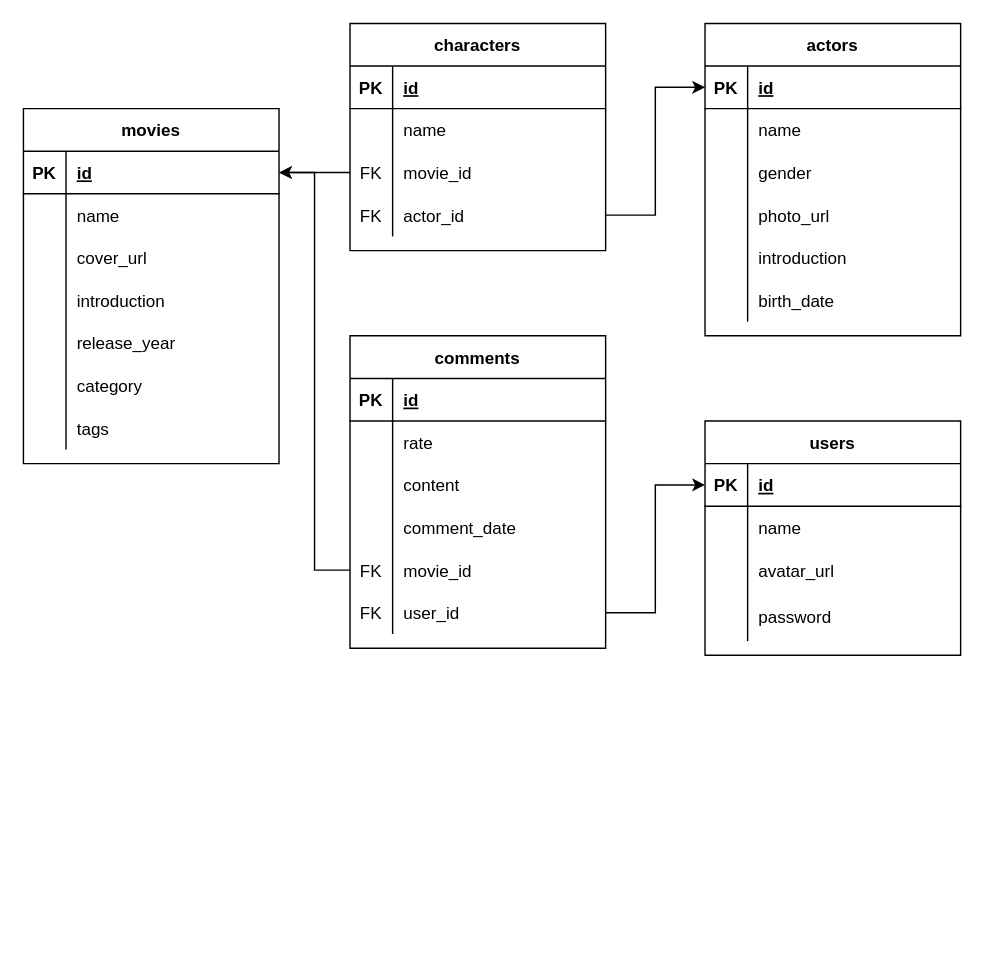
Earlier version of the draw.io diagram graphs/er.drawio (SE-starshippilot/rotten-potatoes-formal). Source tidied: cells renumbered, new cells numbered last; positions are measured from the earlier drawing's top-left corner, leaving out a move shared by most shapes. Both pictures are drawn from the tidied source at 142%, with x=0, y=0 at pixel (23, 23).
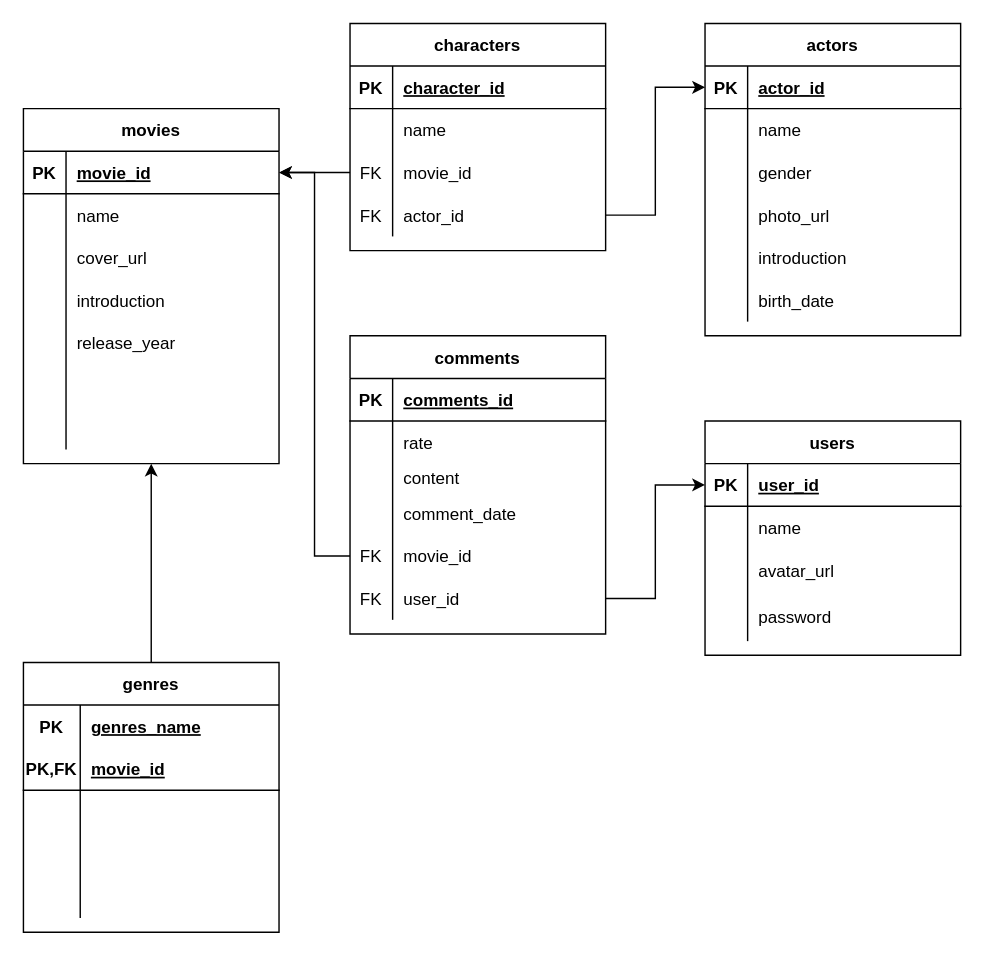
Above is the later version.

Unchanged cells that the change refers to:
```xml
<mxCell id="3" style="shape=partialRectangle;fillColor=none;top=0;left=0;bottom=1;right=0;points=[[0,0.5],[1,0.5]];portConstraint=eastwest;" parent="2" vertex="1">
  <mxGeometry y="30" width="180" height="30" as="geometry" />
</mxCell>
<mxCell id="24" style="shape=partialRectangle;fillColor=none;top=0;left=0;bottom=1;right=0;" parent="23" vertex="1">
  <mxGeometry y="30" width="180" height="30" as="geometry" />
</mxCell>
<mxCell id="39" style="shape=partialRectangle;fillColor=none;top=0;left=0;bottom=1;right=0;points=[[0,0.5],[1,0.5]];portConstraint=eastwest;" parent="38" vertex="1">
  <mxGeometry y="30" width="180" height="30" as="geometry" />
</mxCell>
<mxCell id="52" style="shape=partialRectangle;fillColor=none;top=0;left=0;bottom=1;right=0;" parent="51" vertex="1">
  <mxGeometry y="30" width="180" height="30" as="geometry" />
</mxCell>
<mxCell id="70" value="movies" style="shape=table;startSize=30;childLayout=tableLayout;rowLines=0;fontStyle=1;align=center;" parent="1" vertex="1">
  <mxGeometry y="60" width="180" height="250" as="geometry" />
</mxCell>
<mxCell id="71" style="shape=partialRectangle;fillColor=none;top=0;left=0;bottom=1;right=0;points=[[0,0.5],[1,0.5]];portConstraint=eastwest;" parent="70" vertex="1">
  <mxGeometry y="30" width="180" height="30" as="geometry" />
</mxCell>
<mxCell id="86" style="shape=partialRectangle;fillColor=none;top=0;left=0;bottom=0;right=0;" parent="70" vertex="1">
  <mxGeometry y="180" width="180" height="30" as="geometry" />
</mxCell>
<mxCell id="89" style="shape=partialRectangle;fillColor=none;top=0;left=0;bottom=0;right=0;" parent="70" vertex="1">
  <mxGeometry y="210" width="180" height="30" as="geometry" />
</mxCell>
```

What changed in the source:
```diff
@@
-    <mxCell id="5" value="id" style="shape=partialRectangle;fillColor=none;top=0;left=0;bottom=0;right=0;align=left;spacingLeft=6;fontStyle=5;overflow=hidden;" parent="3" vertex="1">
+    <mxCell id="5" value="actor_id" style="shape=partialRectangle;fillColor=none;top=0;left=0;bottom=0;right=0;align=left;spacingLeft=6;fontStyle=5;overflow=hidden;" parent="3" vertex="1">
       <mxGeometry x="30" width="150" height="30" as="geometry" />
     </mxCell>
@@
-    <mxCell id="26" value="id" style="shape=partialRectangle;fillColor=none;top=0;left=0;bottom=0;right=0;align=left;spacingLeft=6;fontStyle=5;overflow=hidden;" parent="24" vertex="1">
+    <mxCell id="26" value="character_id" style="shape=partialRectangle;fillColor=none;top=0;left=0;bottom=0;right=0;align=left;spacingLeft=6;fontStyle=5;overflow=hidden;" parent="24" vertex="1">
       <mxGeometry x="30" width="150" height="30" as="geometry" />
     </mxCell>
@@
-    <mxCell id="41" value="id" style="shape=partialRectangle;fillColor=none;top=0;left=0;bottom=0;right=0;align=left;spacingLeft=6;fontStyle=5;overflow=hidden;" parent="39" vertex="1">
+    <mxCell id="41" value="user_id" style="shape=partialRectangle;fillColor=none;top=0;left=0;bottom=0;right=0;align=left;spacingLeft=6;fontStyle=5;overflow=hidden;" parent="39" vertex="1">
       <mxGeometry x="30" width="150" height="30" as="geometry" />
     </mxCell>
@@
     <mxCell id="51" value="comments" style="shape=table;startSize=30;childLayout=tableLayout;rowLines=0;fontStyle=1;align=center;" parent="1" vertex="1">
-      <mxGeometry x="230" y="220" width="180" height="220" as="geometry" />
+      <mxGeometry x="230" y="220" width="180" height="210" as="geometry" />
     </mxCell>
@@
-    <mxCell id="54" value="id" style="shape=partialRectangle;fillColor=none;top=0;left=0;bottom=0;right=0;align=left;spacingLeft=6;fontStyle=5;overflow=hidden;" parent="52" vertex="1">
+    <mxCell id="54" value="comments_id" style="shape=partialRectangle;fillColor=none;top=0;left=0;bottom=0;right=0;align=left;spacingLeft=6;fontStyle=5;overflow=hidden;" parent="52" vertex="1">
       <mxGeometry x="30" width="150" height="30" as="geometry" />
     </mxCell>
@@
     <mxCell id="58" style="shape=partialRectangle;fillColor=none;top=0;left=0;bottom=0;right=0;" parent="51" vertex="1">
-      <mxGeometry y="90" width="180" height="30" as="geometry" />
+      <mxGeometry y="90" width="180" height="20" as="geometry" />
     </mxCell>
     <mxCell id="59" style="shape=partialRectangle;fillColor=none;top=0;left=0;bottom=0;right=0;overflow=hidden;" parent="58" vertex="1">
-      <mxGeometry width="30" height="30" as="geometry" />
+      <mxGeometry width="30" height="20" as="geometry" />
     </mxCell>
     <mxCell id="60" value="content" style="shape=partialRectangle;fillColor=none;top=0;left=0;bottom=0;right=0;align=left;spacingLeft=6;overflow=hidden;" parent="58" vertex="1">
-      <mxGeometry x="30" width="150" height="30" as="geometry" />
+      <mxGeometry x="30" width="150" height="20" as="geometry" />
     </mxCell>
     <mxCell id="61" style="shape=partialRectangle;fillColor=none;top=0;left=0;bottom=0;right=0;" parent="51" vertex="1">
-      <mxGeometry y="120" width="180" height="30" as="geometry" />
+      <mxGeometry y="110" width="180" height="30" as="geometry" />
     </mxCell>
@@
     <mxCell id="64" style="shape=partialRectangle;fillColor=none;top=0;left=0;bottom=0;right=0;points=[[0,0.5],[1,0.5]];portConstraint=eastwest;" parent="51" vertex="1">
-      <mxGeometry y="150" width="180" height="30" as="geometry" />
+      <mxGeometry y="140" width="180" height="30" as="geometry" />
     </mxCell>
@@
     <mxCell id="67" style="shape=partialRectangle;fillColor=none;top=0;left=0;bottom=0;right=0;points=[[0,0.5],[1,0.5]];portConstraint=eastwest;" parent="51" vertex="1">
-      <mxGeometry y="180" width="180" height="30" as="geometry" />
+      <mxGeometry y="170" width="180" height="30" as="geometry" />
     </mxCell>
@@
-    <mxCell id="73" value="id" style="shape=partialRectangle;fillColor=none;top=0;left=0;bottom=0;right=0;align=left;spacingLeft=6;fontStyle=5;overflow=hidden;" parent="71" vertex="1">
+    <mxCell id="73" value="movie_id" style="shape=partialRectangle;fillColor=none;top=0;left=0;bottom=0;right=0;align=left;spacingLeft=6;fontStyle=5;overflow=hidden;" parent="71" vertex="1">
       <mxGeometry x="30" width="150" height="30" as="geometry" />
     </mxCell>
@@
-    <mxCell id="88" value="category" style="shape=partialRectangle;fillColor=none;top=0;left=0;bottom=0;right=0;align=left;spacingLeft=6;overflow=hidden;" parent="86" vertex="1">
+    <mxCell id="88" style="shape=partialRectangle;fillColor=none;top=0;left=0;bottom=0;right=0;align=left;spacingLeft=6;overflow=hidden;" parent="86" vertex="1">
       <mxGeometry x="30" width="150" height="30" as="geometry" />
     </mxCell>
@@
-    <mxCell id="91" value="tags" style="shape=partialRectangle;fillColor=none;top=0;left=0;bottom=0;right=0;align=left;spacingLeft=6;overflow=hidden;" parent="89" vertex="1">
+    <mxCell id="91" style="shape=partialRectangle;fillColor=none;top=0;left=0;bottom=0;right=0;align=left;spacingLeft=6;overflow=hidden;" parent="89" vertex="1">
       <mxGeometry x="30" width="150" height="30" as="geometry" />
     </mxCell>
+    <mxCell id="92" style="edgeStyle=none;html=1;entryX=0.5;entryY=1;entryDx=0;entryDy=0;fontColor=default;endArrow=classic;endFill=1;" parent="1" edge="1" source="93" target="70">
+      <mxGeometry relative="1" as="geometry" />
+    </mxCell>
+    <mxCell id="93" value="genres" style="shape=table;startSize=30;childLayout=tableLayout;rowLines=0;fontStyle=1;align=center;" parent="1" vertex="1">
+      <mxGeometry y="450" width="180" height="190" as="geometry" />
+    </mxCell>
+    <mxCell id="94" style="shape=partialRectangle;fillColor=none;top=0;left=0;bottom=0;right=0;fontColor=default;strokeColor=default;" parent="93" vertex="1">
+      <mxGeometry y="30" width="180" height="30" as="geometry" />
+    </mxCell>
+    <mxCell id="95" value="PK" style="shape=partialRectangle;fillColor=none;top=0;left=0;bottom=0;right=0;fontStyle=1;overflow=hidden;fontColor=default;strokeColor=default;" parent="94" vertex="1">
+      <mxGeometry width="40" height="30" as="geometry" />
+    </mxCell>
+    <mxCell id="96" value="genres_name" style="shape=partialRectangle;fillColor=none;top=0;left=0;bottom=0;right=0;align=left;spacingLeft=6;fontStyle=5;overflow=hidden;fontColor=default;strokeColor=default;" parent="94" vertex="1">
+      <mxGeometry x="40" width="140" height="30" as="geometry" />
+    </mxCell>
+    <mxCell id="97" style="shape=partialRectangle;fillColor=none;top=0;left=0;bottom=1;right=0;" parent="93" vertex="1">
+      <mxGeometry y="60" width="180" height="30" as="geometry" />
+    </mxCell>
+    <mxCell id="98" value="PK,FK" style="shape=partialRectangle;fillColor=none;top=0;left=0;bottom=0;right=0;fontStyle=1;overflow=hidden;" parent="97" vertex="1">
+      <mxGeometry width="40" height="30" as="geometry" />
+    </mxCell>
+    <mxCell id="99" value="movie_id" style="shape=partialRectangle;fillColor=none;top=0;left=0;bottom=0;right=0;align=left;spacingLeft=6;fontStyle=5;overflow=hidden;" parent="97" vertex="1">
+      <mxGeometry x="40" width="140" height="30" as="geometry" />
+    </mxCell>
+    <mxCell id="100" style="shape=partialRectangle;fillColor=none;top=0;left=0;bottom=0;right=0;" parent="93" vertex="1">
+      <mxGeometry y="90" width="180" height="30" as="geometry" />
+    </mxCell>
+    <mxCell id="101" style="shape=partialRectangle;fillColor=none;top=0;left=0;bottom=0;right=0;overflow=hidden;" parent="100" vertex="1">
+      <mxGeometry width="40" height="30" as="geometry" />
+    </mxCell>
+    <mxCell id="102" style="shape=partialRectangle;fillColor=none;top=0;left=0;bottom=0;right=0;align=left;spacingLeft=6;overflow=hidden;" parent="100" vertex="1">
+      <mxGeometry x="40" width="140" height="30" as="geometry" />
+    </mxCell>
+    <mxCell id="103" style="shape=partialRectangle;fillColor=none;top=0;left=0;bottom=0;right=0;" parent="93" vertex="1">
+      <mxGeometry y="120" width="180" height="30" as="geometry" />
+    </mxCell>
+    <mxCell id="104" style="shape=partialRectangle;fillColor=none;top=0;left=0;bottom=0;right=0;overflow=hidden;" parent="103" vertex="1">
+      <mxGeometry width="40" height="30" as="geometry" />
+    </mxCell>
+    <mxCell id="105" style="shape=partialRectangle;fillColor=none;top=0;left=0;bottom=0;right=0;align=left;spacingLeft=6;overflow=hidden;" parent="103" vertex="1">
+      <mxGeometry x="40" width="140" height="30" as="geometry" />
+    </mxCell>
+    <mxCell id="106" style="shape=partialRectangle;fillColor=none;top=0;left=0;bottom=0;right=0;" parent="93" vertex="1">
+      <mxGeometry y="150" width="180" height="30" as="geometry" />
+    </mxCell>
+    <mxCell id="107" style="shape=partialRectangle;fillColor=none;top=0;left=0;bottom=0;right=0;overflow=hidden;" parent="106" vertex="1">
+      <mxGeometry width="40" height="30" as="geometry" />
+    </mxCell>
+    <mxCell id="108" style="shape=partialRectangle;fillColor=none;top=0;left=0;bottom=0;right=0;align=left;spacingLeft=6;overflow=hidden;" parent="106" vertex="1">
+      <mxGeometry x="40" width="140" height="30" as="geometry" />
+    </mxCell>
```
